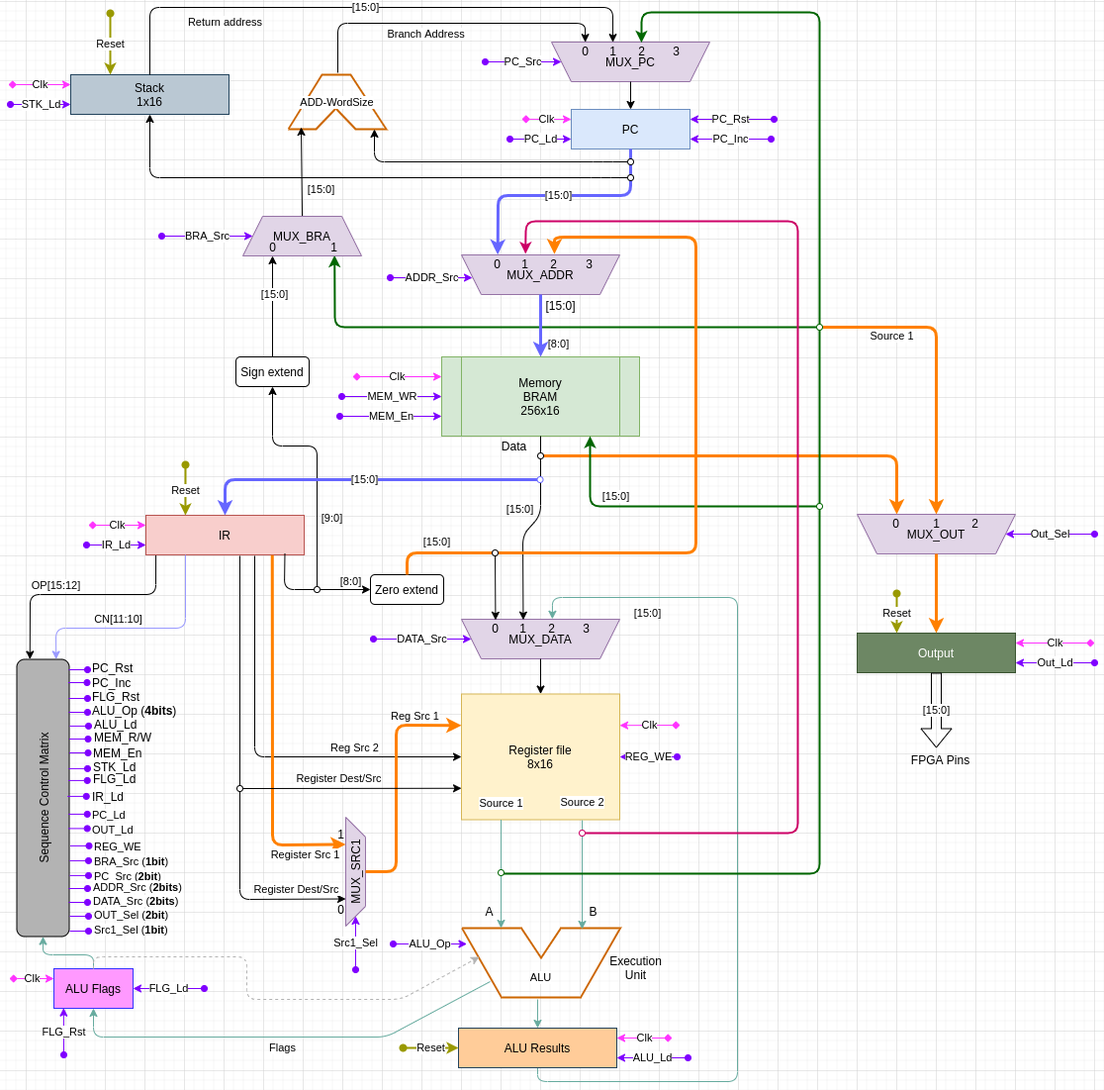
Before: A09/A09_CPU.png, a diagram exported from draw.io (wdevore/Verilog-Projects). Source tidied: cells renumbered, new cells last; positions are measured from the earlier drawing's top-left corner, leaving out a move shared by most shapes.
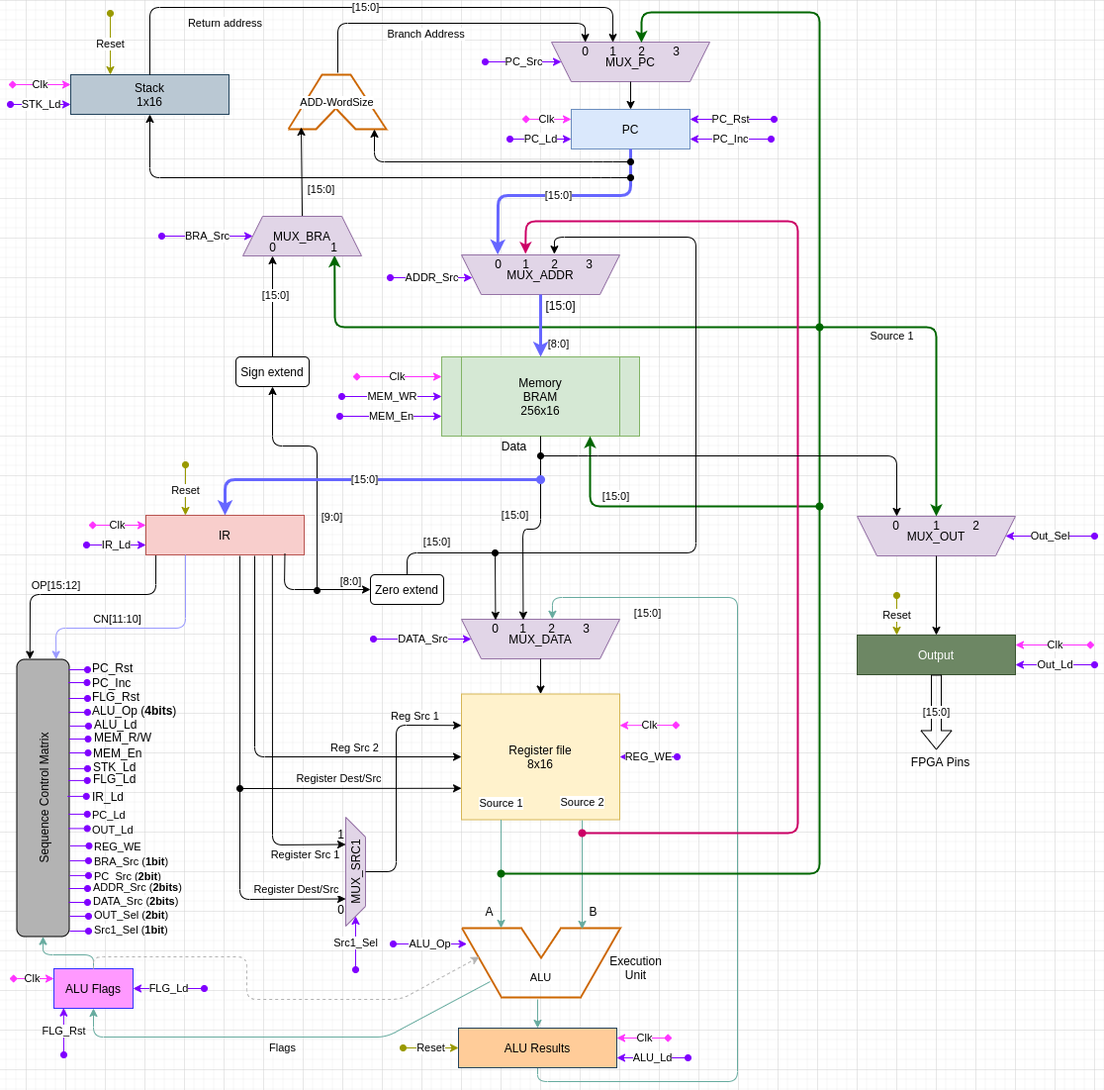
The same file after the commit.

The edit, as a diff of the source:
```diff
@@ -137,7 +137,7 @@
         </Array>
       </mxGeometry>
     </mxCell>
-    <mxCell id="27" value="[15:0]" style="endArrow=classic;html=1;strokeWidth=2;strokeColor=#006600;entryX=0.75;entryY=1;entryDx=0;entryDy=0;" parent="1" edge="1" target="8">
+    <mxCell id="27" value="[15:0]" style="endArrow=classic;html=1;strokeWidth=2;strokeColor=#006600;entryX=0.75;entryY=1;entryDx=0;entryDy=0;startArrow=oval;startFill=1;" parent="1" edge="1" target="8">
       <mxGeometry x="0.36" y="-10" relative="1" as="geometry">
         <mxPoint x="925" y="504" as="sourcePoint" />
         <Array as="points">
@@ -317,15 +317,6 @@
     <mxCell id="61" value="Stack&lt;br&gt;1x16" style="rounded=0;whiteSpace=wrap;html=1;fillColor=#bac8d3;strokeColor=#23445d;" parent="1" vertex="1">
       <mxGeometry x="168" y="68" width="160" height="40" as="geometry" />
     </mxCell>
-    <mxCell id="62" style="endArrow=classic;html=1;strokeColor=#000000;entryX=0.5;entryY=1;entryDx=0;entryDy=0;" parent="1" edge="1" target="61">
-      <mxGeometry x="0.47" y="-11" relative="1" as="geometry">
-        <mxPoint x="734" y="172" as="sourcePoint" />
-        <Array as="points">
-          <mxPoint x="704" y="172" />
-          <mxPoint x="248" y="172" />
-        </Array>
-      </mxGeometry>
-    </mxCell>
     <mxCell id="63" value="[15:0]" style="endArrow=classic;html=1;strokeColor=#000000;exitX=0.5;exitY=0;exitDx=0;exitDy=0;entryX=0.502;entryY=0.01;entryDx=0;entryDy=0;entryPerimeter=0;" parent="1" edge="1" source="61" target="111">
       <mxGeometry relative="1" as="geometry">
         <Array as="points">
@@ -395,7 +386,7 @@
         </Array>
       </mxGeometry>
     </mxCell>
-    <mxCell id="76" style="endArrow=classic;html=1;strokeColor=#000000;strokeWidth=1;entryX=0.525;entryY=0.047;entryDx=0;entryDy=0;entryPerimeter=0;" parent="1" edge="1" target="118">
+    <mxCell id="76" style="endArrow=classic;html=1;strokeColor=#000000;strokeWidth=1;entryX=0.525;entryY=0.047;entryDx=0;entryDy=0;entryPerimeter=0;startArrow=oval;startFill=1;" parent="1" edge="1" target="118">
       <mxGeometry x="-1" y="-46" relative="1" as="geometry">
         <mxPoint x="597" y="551" as="sourcePoint" />
         <mxPoint x="2" y="-14" as="offset" />
@@ -430,7 +421,7 @@
         <mxPoint x="401" y="121" as="targetPoint" />
       </mxGeometry>
     </mxCell>
-    <mxCell id="81" value="[9:0]" style="endArrow=classic;html=1;strokeColor=#000000;strokeWidth=1;entryX=0.5;entryY=1;entryDx=0;entryDy=0;" parent="1" edge="1" target="86">
+    <mxCell id="81" value="[9:0]" style="endArrow=classic;html=1;strokeColor=#000000;strokeWidth=1;entryX=0.5;entryY=1;entryDx=0;entryDy=0;startArrow=oval;startFill=1;" parent="1" edge="1" target="86">
       <mxGeometry x="-0.41" y="-15" relative="1" as="geometry">
         <mxPoint x="417" y="589" as="sourcePoint" />
         <Array as="points">
@@ -439,16 +430,6 @@
         </Array>
       </mxGeometry>
     </mxCell>
-    <mxCell id="82" style="endArrow=classic;html=1;strokeColor=#000000;" parent="1" edge="1">
-      <mxGeometry x="0.47" y="-11" relative="1" as="geometry">
-        <mxPoint x="734" y="156" as="sourcePoint" />
-        <mxPoint x="475" y="123" as="targetPoint" />
-        <Array as="points">
-          <mxPoint x="706" y="156" />
-          <mxPoint x="475" y="156" />
-        </Array>
-      </mxGeometry>
-    </mxCell>
     <mxCell id="83" value="Branch Address" style="endArrow=classic;html=1;entryX=0.507;entryY=0.01;entryDx=0;entryDy=0;entryPerimeter=0;" parent="1" edge="1" target="110">
       <mxGeometry x="-0.13" y="-11" relative="1" as="geometry">
         <mxPoint x="438" y="66" as="sourcePoint" />
@@ -484,7 +465,7 @@
         <mxPoint x="186" y="861.9" as="targetPoint" />
       </mxGeometry>
     </mxCell>
-    <mxCell id="91" style="endArrow=classic;html=1;fontColor=#000000;entryX=0.494;entryY=0.033;entryDx=0;entryDy=0;entryPerimeter=0;strokeWidth=2;strokeColor=#006600;" parent="1" edge="1" target="112">
+    <mxCell id="91" style="endArrow=classic;html=1;fontColor=#000000;entryX=0.494;entryY=0.033;entryDx=0;entryDy=0;entryPerimeter=0;strokeWidth=2;strokeColor=#006600;startArrow=oval;startFill=1;" parent="1" edge="1" target="112">
       <mxGeometry relative="1" as="geometry">
         <mxPoint x="603" y="875" as="sourcePoint" />
         <Array as="points">
@@ -534,7 +515,7 @@
         </Array>
       </mxGeometry>
     </mxCell>
-    <mxCell id="99" style="endArrow=classic;html=1;fontColor=#000000;strokeWidth=2;entryX=0.515;entryY=-0.059;entryDx=0;entryDy=0;entryPerimeter=0;strokeColor=#CC0066;" parent="1" edge="1" target="115">
+    <mxCell id="99" style="endArrow=classic;html=1;fontColor=#000000;strokeWidth=2;entryX=0.515;entryY=-0.059;entryDx=0;entryDy=0;entryPerimeter=0;strokeColor=#CC0066;startArrow=oval;startFill=1;" parent="1" edge="1" target="115">
       <mxGeometry relative="1" as="geometry">
         <mxPoint x="685" y="834" as="sourcePoint" />
         <Array as="points">
@@ -561,7 +542,7 @@
         </Array>
       </mxGeometry>
     </mxCell>
-    <mxCell id="103" value="&lt;meta charset=&quot;utf-8&quot;&gt;&lt;span style=&quot;color: rgb(0, 0, 0); font-family: helvetica; font-size: 11px; font-style: normal; font-weight: 400; letter-spacing: normal; text-align: center; text-indent: 0px; text-transform: none; word-spacing: 0px; background-color: rgb(255, 255, 255); display: inline; float: none;&quot;&gt;Register Dest/Src&lt;/span&gt;" style="endArrow=classic;html=1;entryX=0;entryY=0.75;entryDx=0;entryDy=0;" parent="1" edge="1" target="4">
+    <mxCell id="103" value="&lt;meta charset=&quot;utf-8&quot;&gt;&lt;span style=&quot;color: rgb(0, 0, 0); font-family: helvetica; font-size: 11px; font-style: normal; font-weight: 400; letter-spacing: normal; text-align: center; text-indent: 0px; text-transform: none; word-spacing: 0px; background-color: rgb(255, 255, 255); display: inline; float: none;&quot;&gt;Register Dest/Src&lt;/span&gt;" style="endArrow=classic;html=1;entryX=0;entryY=0.75;entryDx=0;entryDy=0;startArrow=oval;startFill=1;" parent="1" edge="1" target="4">
       <mxGeometry x="-0.11" y="10" relative="1" as="geometry">
         <mxPoint x="339" y="789" as="sourcePoint" />
       </mxGeometry>
@@ -575,7 +556,7 @@
         <mxPoint x="186" y="933" as="targetPoint" />
       </mxGeometry>
     </mxCell>
-    <mxCell id="106" value="[15:0]" style="endArrow=classic;html=1;entryX=0.5;entryY=0;entryDx=0;entryDy=0;strokeColor=#6666FF;strokeWidth=3;" parent="1" edge="1" target="14">
+    <mxCell id="106" value="[15:0]" style="endArrow=classic;html=1;entryX=0.5;entryY=0;entryDx=0;entryDy=0;strokeColor=#6666FF;strokeWidth=3;startArrow=oval;startFill=1;" parent="1" edge="1" target="14">
       <mxGeometry relative="1" as="geometry">
         <mxPoint x="643" y="477" as="sourcePoint" />
         <Array as="points">
@@ -675,17 +656,17 @@
         <mxPoint x="186" y="725.9" as="targetPoint" />
       </mxGeometry>
     </mxCell>
-    <mxCell id="132" value="Reset" style="endArrow=classic;html=1;shadow=0;entryX=0.25;entryY=0;entryDx=0;entryDy=0;startArrow=oval;startFill=1;strokeWidth=2;strokeColor=#999900;" parent="1" edge="1" target="14">
+    <mxCell id="132" value="Reset" style="endArrow=classic;html=1;shadow=0;entryX=0.25;entryY=0;entryDx=0;entryDy=0;startArrow=oval;startFill=1;strokeWidth=1;strokeColor=#999900;" parent="1" edge="1" target="14">
       <mxGeometry relative="1" as="geometry">
         <mxPoint x="284" y="462" as="sourcePoint" />
       </mxGeometry>
     </mxCell>
-    <mxCell id="133" value="Reset" style="endArrow=classic;html=1;shadow=0;entryX=0;entryY=0.5;entryDx=0;entryDy=0;startArrow=oval;startFill=1;strokeWidth=2;strokeColor=#999900;" parent="1" edge="1" target="126">
+    <mxCell id="133" value="Reset" style="endArrow=classic;html=1;shadow=0;entryX=0;entryY=0.5;entryDx=0;entryDy=0;startArrow=oval;startFill=1;strokeWidth=1;strokeColor=#999900;" parent="1" edge="1" target="126">
       <mxGeometry relative="1" as="geometry">
         <mxPoint x="504" y="1051" as="sourcePoint" />
       </mxGeometry>
     </mxCell>
-    <mxCell id="134" value="Reset" style="endArrow=classic;html=1;shadow=0;entryX=0.25;entryY=0;entryDx=0;entryDy=0;startArrow=oval;startFill=1;strokeWidth=2;strokeColor=#999900;" parent="1" edge="1" target="61">
+    <mxCell id="134" value="Reset" style="endArrow=classic;html=1;shadow=0;entryX=0.25;entryY=0;entryDx=0;entryDy=0;startArrow=oval;startFill=1;strokeWidth=1;strokeColor=#999900;" parent="1" edge="1" target="61">
       <mxGeometry relative="1" as="geometry">
         <mxPoint x="208" y="6" as="sourcePoint" />
       </mxGeometry>
@@ -709,7 +690,7 @@
         <mxPoint x="1203" y="644" as="sourcePoint" />
       </mxGeometry>
     </mxCell>
-    <mxCell id="140" value="Reset" style="endArrow=classic;html=1;shadow=0;startArrow=oval;startFill=1;strokeWidth=2;strokeColor=#999900;entryX=0.25;entryY=0;entryDx=0;entryDy=0;" parent="1" edge="1" target="137">
+    <mxCell id="140" value="Reset" style="endArrow=classic;html=1;shadow=0;startArrow=oval;startFill=1;strokeWidth=1;strokeColor=#999900;entryX=0.25;entryY=0;entryDx=0;entryDy=0;" parent="1" edge="1" target="137">
       <mxGeometry relative="1" as="geometry">
         <mxPoint x="1003" y="594" as="sourcePoint" />
       </mxGeometry>
@@ -730,7 +711,7 @@
         <mxPoint x="1203" y="534" as="sourcePoint" />
       </mxGeometry>
     </mxCell>
-    <mxCell id="145" style="endArrow=classic;html=1;entryX=0.75;entryY=1;entryDx=0;entryDy=0;" parent="1" edge="1" target="143">
+    <mxCell id="145" style="endArrow=classic;html=1;entryX=0.75;entryY=1;entryDx=0;entryDy=0;startArrow=oval;startFill=1;" parent="1" edge="1" target="143">
       <mxGeometry relative="1" as="geometry">
         <mxPoint x="643" y="453" as="sourcePoint" />
         <Array as="points">
@@ -751,7 +732,7 @@
     <mxCell id="149" value="2" style="text;html=1;align=center;verticalAlign=middle;" parent="1" vertex="1">
       <mxGeometry x="1074" y="514" width="17" height="18" as="geometry" />
     </mxCell>
-    <mxCell id="150" value="Source 1" style="endArrow=classic;html=1;strokeWidth=2;entryX=0.5;entryY=1;entryDx=0;entryDy=0;strokeColor=#006600;" parent="1" edge="1" target="143">
+    <mxCell id="150" value="Source 1" style="endArrow=classic;html=1;strokeWidth=2;entryX=0.5;entryY=1;entryDx=0;entryDy=0;strokeColor=#006600;startArrow=oval;startFill=1;" parent="1" edge="1" target="143">
       <mxGeometry x="-0.53" y="-9" relative="1" as="geometry">
         <mxPoint x="925" y="323" as="sourcePoint" />
         <Array as="points">
@@ -759,39 +740,6 @@
         </Array>
       </mxGeometry>
     </mxCell>
-    <mxCell id="151" style="ellipse;whiteSpace=wrap;html=1;strokeColor=#006600;" parent="1" vertex="1">
-      <mxGeometry x="922" y="320" width="6" height="6" as="geometry" />
-    </mxCell>
-    <mxCell id="152" style="ellipse;whiteSpace=wrap;html=1;strokeColor=#006600;" parent="1" vertex="1">
-      <mxGeometry x="922" y="501" width="6" height="6" as="geometry" />
-    </mxCell>
-    <mxCell id="153" style="ellipse;whiteSpace=wrap;html=1;" parent="1" vertex="1">
-      <mxGeometry x="336" y="786" width="6" height="6" as="geometry" />
-    </mxCell>
-    <mxCell id="154" style="ellipse;whiteSpace=wrap;html=1;" parent="1" vertex="1">
-      <mxGeometry x="414" y="585" width="6" height="6" as="geometry" />
-    </mxCell>
-    <mxCell id="155" style="ellipse;whiteSpace=wrap;html=1;" parent="1" vertex="1">
-      <mxGeometry x="594" y="548" width="6" height="6" as="geometry" />
-    </mxCell>
-    <mxCell id="156" style="ellipse;whiteSpace=wrap;html=1;fillColor=#FFFFFF;strokeColor=#6666FF;" parent="1" vertex="1">
-      <mxGeometry x="639.5" y="474" width="6" height="6" as="geometry" />
-    </mxCell>
-    <mxCell id="157" style="ellipse;whiteSpace=wrap;html=1;" parent="1" vertex="1">
-      <mxGeometry x="640" y="450" width="6" height="6" as="geometry" />
-    </mxCell>
-    <mxCell id="158" style="ellipse;whiteSpace=wrap;html=1;" parent="1" vertex="1">
-      <mxGeometry x="731" y="169" width="6" height="6" as="geometry" />
-    </mxCell>
-    <mxCell id="159" style="ellipse;whiteSpace=wrap;html=1;" parent="1" vertex="1">
-      <mxGeometry x="731" y="153" width="6" height="6" as="geometry" />
-    </mxCell>
-    <mxCell id="160" style="ellipse;whiteSpace=wrap;html=1;strokeColor=#CC0066;" parent="1" vertex="1">
-      <mxGeometry x="682" y="831" width="6" height="6" as="geometry" />
-    </mxCell>
-    <mxCell id="161" style="ellipse;whiteSpace=wrap;html=1;strokeColor=#006600;" parent="1" vertex="1">
-      <mxGeometry x="600" y="871" width="6" height="6" as="geometry" />
-    </mxCell>
     <mxCell id="162" value="&lt;span style=&quot;font-size: 11px ; background-color: rgb(255 , 255 , 255)&quot;&gt;OUT_Ld&lt;/span&gt;" style="text;html=1;align=left;verticalAlign=middle;rotation=0;" parent="1" vertex="1">
       <mxGeometry x="187.8" y="820.5" width="52" height="18" as="geometry" />
     </mxCell>
@@ -810,5 +758,24 @@
         <mxPoint x="186" y="918" as="targetPoint" />
       </mxGeometry>
     </mxCell>
+    <mxCell id="82" style="endArrow=classic;html=1;strokeColor=#000000;startArrow=oval;startFill=1;" parent="1" edge="1">
+      <mxGeometry x="0.47" y="-11" relative="1" as="geometry">
+        <mxPoint x="734" y="156" as="sourcePoint" />
+        <mxPoint x="475" y="123" as="targetPoint" />
+        <Array as="points">
+          <mxPoint x="706" y="156" />
+          <mxPoint x="475" y="156" />
+        </Array>
+      </mxGeometry>
+    </mxCell>
+    <mxCell id="62" style="endArrow=classic;html=1;strokeColor=#000000;entryX=0.5;entryY=1;entryDx=0;entryDy=0;startArrow=oval;startFill=1;" parent="1" edge="1" target="61">
+      <mxGeometry x="0.47" y="-11" relative="1" as="geometry">
+        <mxPoint x="734" y="172" as="sourcePoint" />
+        <Array as="points">
+          <mxPoint x="704" y="172" />
+          <mxPoint x="248" y="172" />
+        </Array>
+      </mxGeometry>
+    </mxCell>
   </root>
 </mxGraphModel>
```
